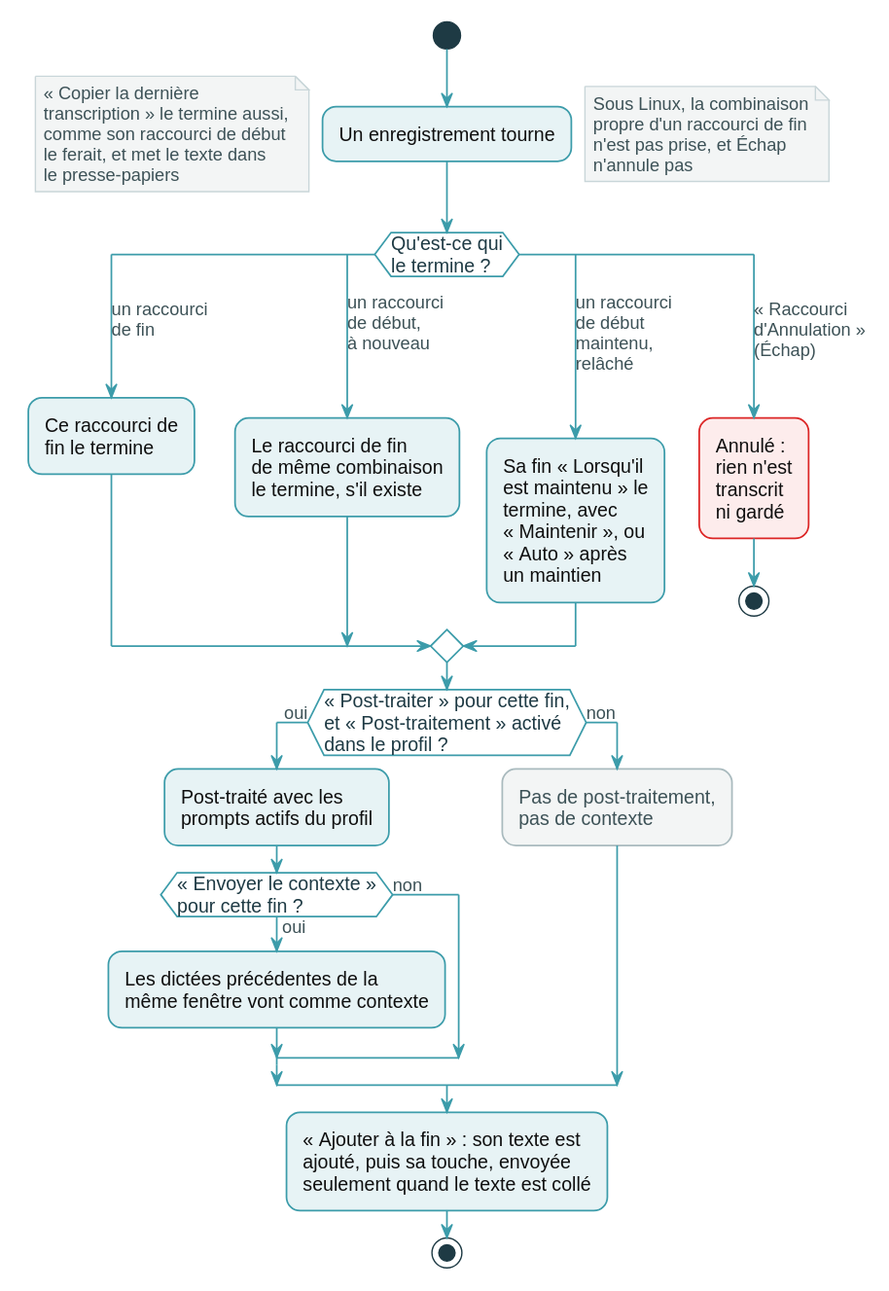
This is docs/manual/public/diagrams/fr/how-a-recording-ends.light.svg from yaccob/DanyWhere, a PlantUML export, as it was before one commit.
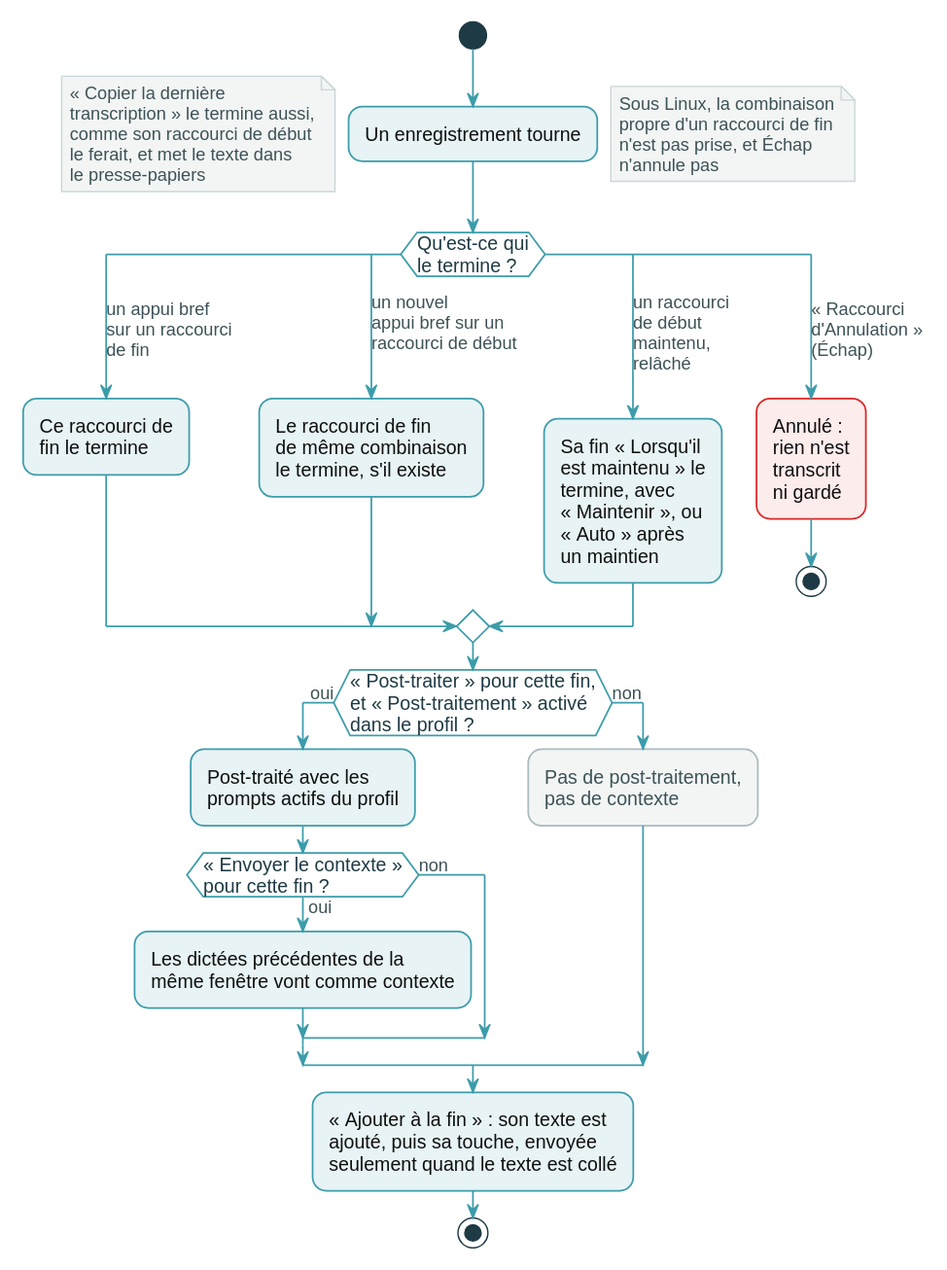
Later version of the same file.

Diff of the diagram source:
```diff
@@ -5,9 +5,9 @@
 !$noteCopy = "« Copier la dernière\ntranscription » le termine aussi,\ncomme son raccourci de début\nle ferait, et met le texte dans\nle presse-papiers"
 !$noteLinux = "Sous Linux, la combinaison\npropre d'un raccourci de fin\nn'est pas prise, et Échap\nn'annule pas"
 !$qWhat = "Qu'est-ce qui\nle termine ?"
-!$aEndKey = "un raccourci\nde fin"
+!$aEndKey = "un appui bref\nsur un raccourci\nde fin"
 !$endKey = "Ce raccourci de\nfin le termine"
-!$aStartAgain = "un raccourci\nde début,\nà nouveau"
+!$aStartAgain = "un nouvel\nappui bref sur un\nraccourci de début"
 !$startAgain = "Le raccourci de fin\nde même combinaison\nle termine, s'il existe"
 !$aReleased = "un raccourci\nde début\nmaintenu,\nrelâché"
 !$held = "Sa fin « Lorsqu'il\nest maintenu » le\ntermine, avec\n« Maintenir », ou\n« Auto » après\nun maintien"
```
